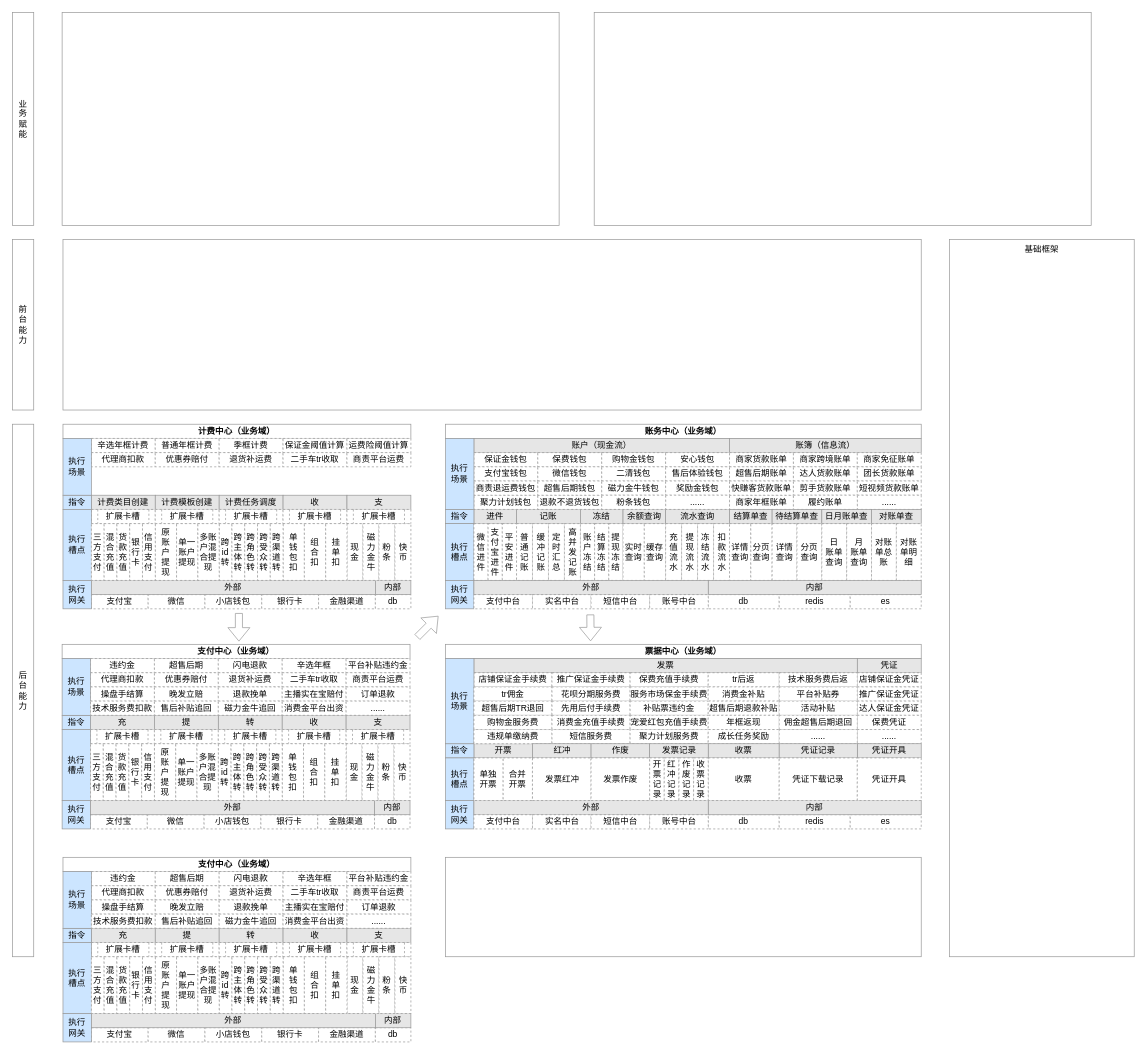
Earlier version of the draw.io diagram kuaishou/funds/资金2024大图.drawio (leopardlz/lz_document). Source tidied: cells renumbered, new cells numbered last; positions are measured from the earlier drawing's top-left corner, leaving out a move shared by most shapes. Both pictures are drawn from the tidied source at 71%, with x=0, y=0 at pixel (12, 12).
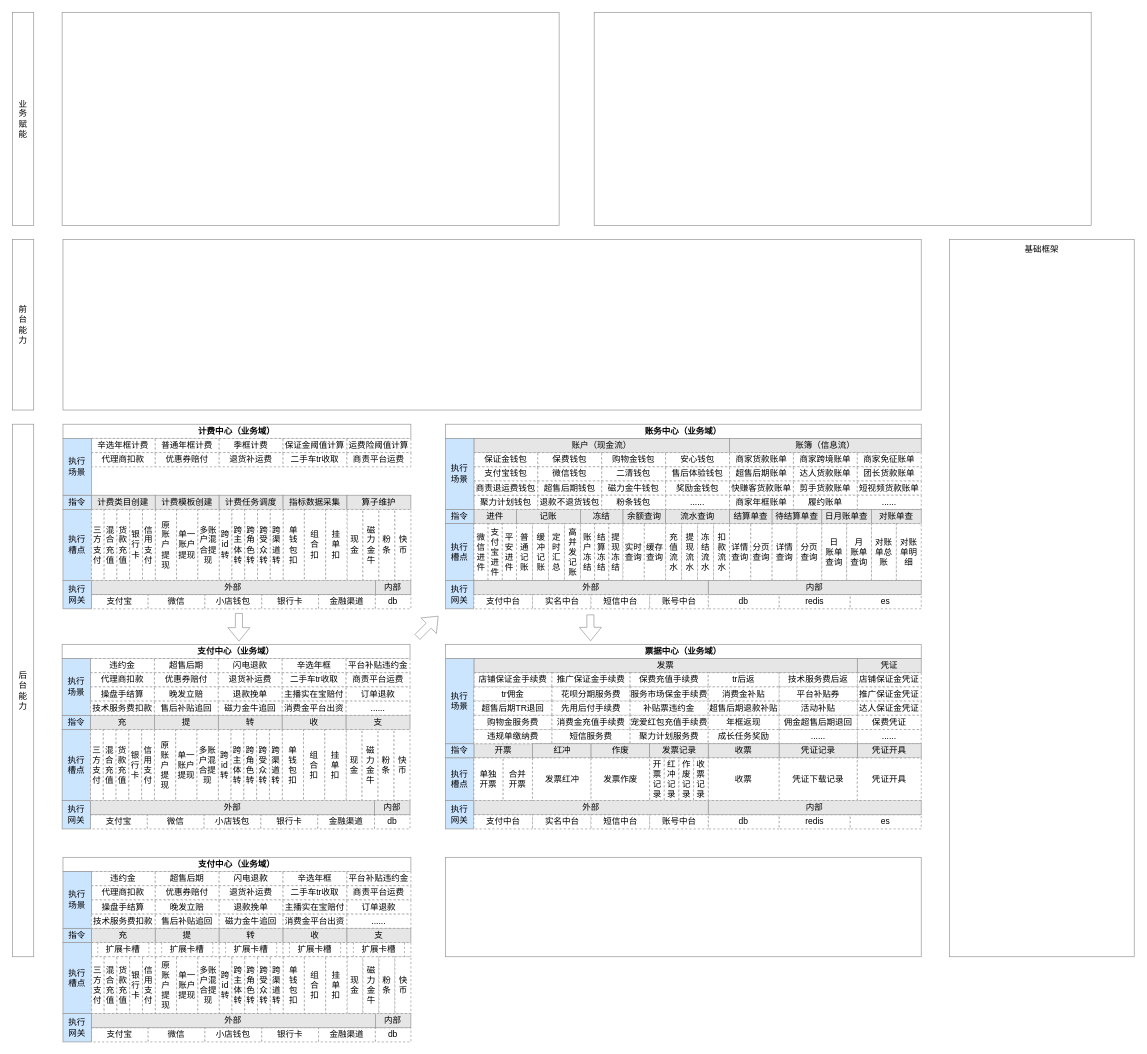
The same diagram, later.

Commit message (it also covers changes not shown here):
更新资金2024大图.drawio

What changed in the source:
```diff
@@
-    <mxCell id="5" value="收" style="rounded=0;whiteSpace=wrap;html=1;strokeColor=#999999;fillColor=#E6E6E6;" parent="1" vertex="1">
+    <mxCell id="5" value="指标数据采集" style="rounded=0;whiteSpace=wrap;html=1;strokeColor=#999999;fillColor=#E6E6E6;" parent="1" vertex="1">
       <mxGeometry x="381.2" y="680" width="90" height="20" as="geometry" />
     </mxCell>
-    <mxCell id="6" value="扩展卡槽" style="shape=process;whiteSpace=wrap;html=1;backgroundOutline=1;strokeColor=#999999;dashed=1;" parent="1" vertex="1">
-      <mxGeometry x="111.2" y="700" width="90" height="20" as="geometry" />
-    </mxCell>
@@
-    <mxCell id="13" value="支" style="rounded=0;whiteSpace=wrap;html=1;strokeColor=#999999;fillColor=#E6E6E6;" parent="1" vertex="1">
+    <mxCell id="13" value="算子维护" style="rounded=0;whiteSpace=wrap;html=1;strokeColor=#999999;fillColor=#E6E6E6;" parent="1" vertex="1">
       <mxGeometry x="471.2" y="680" width="90" height="20" as="geometry" />
     </mxCell>
-    <mxCell id="14" value="扩展卡槽" style="shape=process;whiteSpace=wrap;html=1;backgroundOutline=1;strokeColor=#999999;dashed=1;" parent="1" vertex="1">
-      <mxGeometry x="201.2" y="700" width="90" height="20" as="geometry" />
-    </mxCell>
-    <mxCell id="15" value="扩展卡槽" style="shape=process;whiteSpace=wrap;html=1;backgroundOutline=1;strokeColor=#999999;dashed=1;" parent="1" vertex="1">
-      <mxGeometry x="291.2" y="700" width="90" height="20" as="geometry" />
-    </mxCell>
-    <mxCell id="16" value="扩展卡槽" style="shape=process;whiteSpace=wrap;html=1;backgroundOutline=1;strokeColor=#999999;dashed=1;" parent="1" vertex="1">
-      <mxGeometry x="381.2" y="700" width="90" height="20" as="geometry" />
-    </mxCell>
-    <mxCell id="17" value="扩展卡槽" style="shape=process;whiteSpace=wrap;html=1;backgroundOutline=1;strokeColor=#999999;dashed=1;" parent="1" vertex="1">
-      <mxGeometry x="471.2" y="700" width="90" height="20" as="geometry" />
-    </mxCell>
@@
     <mxCell id="58" style="group;" parent="1" vertex="1">
-      <mxGeometry x="471.2" y="720" width="90" height="80" as="geometry" />
+      <mxGeometry x="471.2" y="700" width="90" height="100" as="geometry" />
     </mxCell>
     <mxCell id="59" value="现&lt;br&gt;金" style="rounded=0;whiteSpace=wrap;html=1;strokeColor=#999999;dashed=1;" parent="58" vertex="1">
-      <mxGeometry width="22.5" height="80" as="geometry" />
+      <mxGeometry width="22.5" height="100" as="geometry" />
     </mxCell>
     <mxCell id="60" value="磁力金牛" style="rounded=0;whiteSpace=wrap;html=1;strokeColor=#999999;dashed=1;" parent="58" vertex="1">
-      <mxGeometry x="22.5" width="22.5" height="80" as="geometry" />
+      <mxGeometry x="22.5" width="22.5" height="100" as="geometry" />
     </mxCell>
     <mxCell id="61" value="粉条" style="rounded=0;whiteSpace=wrap;html=1;strokeColor=#999999;dashed=1;" parent="58" vertex="1">
-      <mxGeometry x="45" width="22.5" height="80" as="geometry" />
+      <mxGeometry x="45" width="22.5" height="100" as="geometry" />
     </mxCell>
     <mxCell id="62" value="快币" style="rounded=0;whiteSpace=wrap;html=1;strokeColor=#999999;dashed=1;" parent="58" vertex="1">
-      <mxGeometry x="67.5" width="22.5" height="80" as="geometry" />
+      <mxGeometry x="67.5" width="22.5" height="100" as="geometry" />
     </mxCell>
     <mxCell id="63" style="group;" parent="1" vertex="1">
-      <mxGeometry x="381.2" y="720" width="90" height="80" as="geometry" />
+      <mxGeometry x="381.2" y="700" width="90" height="100" as="geometry" />
     </mxCell>
     <mxCell id="64" value="单&lt;br&gt;钱&lt;br&gt;包&lt;br&gt;扣" style="rounded=0;whiteSpace=wrap;html=1;strokeColor=#999999;dashed=1;" parent="63" vertex="1">
-      <mxGeometry width="30" height="80" as="geometry" />
+      <mxGeometry width="30" height="100" as="geometry" />
     </mxCell>
     <mxCell id="65" value="组&lt;br&gt;合&lt;br&gt;扣" style="rounded=0;whiteSpace=wrap;html=1;strokeColor=#999999;dashed=1;" parent="63" vertex="1">
-      <mxGeometry x="30" width="30" height="80" as="geometry" />
+      <mxGeometry x="30" width="30" height="100" as="geometry" />
     </mxCell>
     <mxCell id="66" value="挂&lt;br&gt;单&lt;br&gt;扣" style="rounded=0;whiteSpace=wrap;html=1;strokeColor=#999999;dashed=1;" parent="63" vertex="1">
-      <mxGeometry x="60" width="30" height="80" as="geometry" />
+      <mxGeometry x="60" width="30" height="100" as="geometry" />
     </mxCell>
     <mxCell id="67" style="group;" parent="1" vertex="1">
-      <mxGeometry x="291.2" y="720" width="90" height="80" as="geometry" />
+      <mxGeometry x="291.2" y="700" width="90" height="100" as="geometry" />
     </mxCell>
     <mxCell id="68" value="跨id转" style="rounded=0;whiteSpace=wrap;html=1;strokeColor=#999999;dashed=1;" parent="67" vertex="1">
-      <mxGeometry width="18" height="80" as="geometry" />
+      <mxGeometry width="18" height="100" as="geometry" />
     </mxCell>
     <mxCell id="69" value="跨主体转" style="rounded=0;whiteSpace=wrap;html=1;strokeColor=#999999;dashed=1;" parent="67" vertex="1">
-      <mxGeometry x="18" width="18" height="80" as="geometry" />
+      <mxGeometry x="18" width="18" height="100" as="geometry" />
     </mxCell>
     <mxCell id="70" value="跨角色转" style="rounded=0;whiteSpace=wrap;html=1;strokeColor=#999999;dashed=1;" parent="67" vertex="1">
-      <mxGeometry x="36" width="18" height="80" as="geometry" />
+      <mxGeometry x="36" width="18" height="100" as="geometry" />
     </mxCell>
     <mxCell id="71" value="跨受众转" style="rounded=0;whiteSpace=wrap;html=1;strokeColor=#999999;dashed=1;" parent="67" vertex="1">
-      <mxGeometry x="54" width="18" height="80" as="geometry" />
+      <mxGeometry x="54" width="18" height="100" as="geometry" />
     </mxCell>
     <mxCell id="72" value="跨渠道转" style="rounded=0;whiteSpace=wrap;html=1;strokeColor=#999999;dashed=1;" parent="67" vertex="1">
-      <mxGeometry x="72" width="18" height="80" as="geometry" />
+      <mxGeometry x="72" width="18" height="100" as="geometry" />
     </mxCell>
     <mxCell id="73" style="group;" parent="1" vertex="1">
-      <mxGeometry x="201.2" y="720" width="90" height="80" as="geometry" />
+      <mxGeometry x="201.2" y="700" width="90" height="100" as="geometry" />
     </mxCell>
     <mxCell id="74" value="原&lt;br&gt;账&lt;br&gt;户&lt;br&gt;提&lt;br&gt;现" style="rounded=0;whiteSpace=wrap;html=1;strokeColor=#999999;dashed=1;" parent="73" vertex="1">
-      <mxGeometry width="30" height="80" as="geometry" />
+      <mxGeometry width="30" height="100" as="geometry" />
     </mxCell>
     <mxCell id="75" value="单一账户提现" style="rounded=0;whiteSpace=wrap;html=1;strokeColor=#999999;dashed=1;" parent="73" vertex="1">
-      <mxGeometry x="30" width="30" height="80" as="geometry" />
+      <mxGeometry x="30" width="30" height="100" as="geometry" />
     </mxCell>
     <mxCell id="76" value="多账户混合提现" style="rounded=0;whiteSpace=wrap;html=1;strokeColor=#999999;dashed=1;" parent="73" vertex="1">
-      <mxGeometry x="60" width="30" height="80" as="geometry" />
+      <mxGeometry x="60" width="30" height="100" as="geometry" />
     </mxCell>
     <mxCell id="77" style="group;" parent="1" vertex="1">
-      <mxGeometry x="111.2" y="720" width="90" height="80" as="geometry" />
+      <mxGeometry x="111.2" y="700" width="90" height="100" as="geometry" />
     </mxCell>
     <mxCell id="78" value="三方支付" style="rounded=0;whiteSpace=wrap;html=1;strokeColor=#999999;dashed=1;" parent="77" vertex="1">
-      <mxGeometry width="18" height="80" as="geometry" />
+      <mxGeometry width="18" height="100" as="geometry" />
     </mxCell>
     <mxCell id="79" value="混合充值" style="rounded=0;whiteSpace=wrap;html=1;strokeColor=#999999;dashed=1;" parent="77" vertex="1">
-      <mxGeometry x="18" width="18" height="80" as="geometry" />
+      <mxGeometry x="18" width="18" height="100" as="geometry" />
     </mxCell>
     <mxCell id="80" value="货款充值" style="rounded=0;whiteSpace=wrap;html=1;strokeColor=#999999;dashed=1;" parent="77" vertex="1">
-      <mxGeometry x="36" width="18" height="80" as="geometry" />
+      <mxGeometry x="36" width="18" height="100" as="geometry" />
     </mxCell>
     <mxCell id="81" value="银行卡" style="rounded=0;whiteSpace=wrap;html=1;strokeColor=#999999;dashed=1;" parent="77" vertex="1">
-      <mxGeometry x="54" width="18" height="80" as="geometry" />
+      <mxGeometry x="54" width="18" height="100" as="geometry" />
     </mxCell>
     <mxCell id="82" value="信用支付" style="rounded=0;whiteSpace=wrap;html=1;strokeColor=#999999;dashed=1;" parent="77" vertex="1">
-      <mxGeometry x="72" width="18" height="80" as="geometry" />
+      <mxGeometry x="72" width="18" height="100" as="geometry" />
     </mxCell>
@@
-    <mxCell id="206" value="扩展卡槽" style="shape=process;whiteSpace=wrap;html=1;backgroundOutline=1;strokeColor=#999999;dashed=1;" parent="1" vertex="1">
-      <mxGeometry x="110" y="1010" width="90" height="20" as="geometry" />
-    </mxCell>
@@
-    <mxCell id="214" value="扩展卡槽" style="shape=process;whiteSpace=wrap;html=1;backgroundOutline=1;strokeColor=#999999;dashed=1;" parent="1" vertex="1">
-      <mxGeometry x="200" y="1010" width="90" height="20" as="geometry" />
-    </mxCell>
-    <mxCell id="215" value="扩展卡槽" style="shape=process;whiteSpace=wrap;html=1;backgroundOutline=1;strokeColor=#999999;dashed=1;" parent="1" vertex="1">
-      <mxGeometry x="290" y="1010" width="90" height="20" as="geometry" />
-    </mxCell>
-    <mxCell id="216" value="扩展卡槽" style="shape=process;whiteSpace=wrap;html=1;backgroundOutline=1;strokeColor=#999999;dashed=1;" parent="1" vertex="1">
-      <mxGeometry x="380" y="1010" width="90" height="20" as="geometry" />
-    </mxCell>
-    <mxCell id="217" value="扩展卡槽" style="shape=process;whiteSpace=wrap;html=1;backgroundOutline=1;strokeColor=#999999;dashed=1;" parent="1" vertex="1">
-      <mxGeometry x="470" y="1010" width="90" height="20" as="geometry" />
-    </mxCell>
@@
     <mxCell id="224" style="group;" parent="1" vertex="1">
-      <mxGeometry x="470" y="1030" width="90" height="80" as="geometry" />
+      <mxGeometry x="470" y="1010" width="90" height="100" as="geometry" />
     </mxCell>
     <mxCell id="225" value="现&lt;br&gt;金" style="rounded=0;whiteSpace=wrap;html=1;strokeColor=#999999;dashed=1;" parent="224" vertex="1">
-      <mxGeometry width="22.5" height="80" as="geometry" />
+      <mxGeometry width="22.5" height="100" as="geometry" />
     </mxCell>
     <mxCell id="226" value="磁力金牛" style="rounded=0;whiteSpace=wrap;html=1;strokeColor=#999999;dashed=1;" parent="224" vertex="1">
-      <mxGeometry x="22.5" width="22.5" height="80" as="geometry" />
+      <mxGeometry x="22.5" width="22.5" height="100" as="geometry" />
     </mxCell>
     <mxCell id="227" value="粉条" style="rounded=0;whiteSpace=wrap;html=1;strokeColor=#999999;dashed=1;" parent="224" vertex="1">
-      <mxGeometry x="45" width="22.5" height="80" as="geometry" />
+      <mxGeometry x="45" width="22.5" height="100" as="geometry" />
     </mxCell>
     <mxCell id="228" value="快币" style="rounded=0;whiteSpace=wrap;html=1;strokeColor=#999999;dashed=1;" parent="224" vertex="1">
-      <mxGeometry x="67.5" width="22.5" height="80" as="geometry" />
+      <mxGeometry x="67.5" width="22.5" height="100" as="geometry" />
     </mxCell>
     <mxCell id="229" style="group;" parent="1" vertex="1">
-      <mxGeometry x="380" y="1030" width="90" height="80" as="geometry" />
+      <mxGeometry x="380" y="1010" width="90" height="100" as="geometry" />
     </mxCell>
     <mxCell id="230" value="单&lt;br&gt;钱&lt;br&gt;包&lt;br&gt;扣" style="rounded=0;whiteSpace=wrap;html=1;strokeColor=#999999;dashed=1;" parent="229" vertex="1">
-      <mxGeometry width="30" height="80" as="geometry" />
+      <mxGeometry width="30" height="100" as="geometry" />
     </mxCell>
     <mxCell id="231" value="组&lt;br&gt;合&lt;br&gt;扣" style="rounded=0;whiteSpace=wrap;html=1;strokeColor=#999999;dashed=1;" parent="229" vertex="1">
-      <mxGeometry x="30" width="30" height="80" as="geometry" />
+      <mxGeometry x="30" width="30" height="100" as="geometry" />
     </mxCell>
     <mxCell id="232" value="挂&lt;br&gt;单&lt;br&gt;扣" style="rounded=0;whiteSpace=wrap;html=1;strokeColor=#999999;dashed=1;" parent="229" vertex="1">
-      <mxGeometry x="60" width="30" height="80" as="geometry" />
+      <mxGeometry x="60" width="30" height="100" as="geometry" />
     </mxCell>
     <mxCell id="233" style="group;" parent="1" vertex="1">
-      <mxGeometry x="290" y="1030" width="90" height="80" as="geometry" />
+      <mxGeometry x="290" y="1010" width="90" height="100" as="geometry" />
     </mxCell>
     <mxCell id="234" value="跨id转" style="rounded=0;whiteSpace=wrap;html=1;strokeColor=#999999;dashed=1;" parent="233" vertex="1">
-      <mxGeometry width="18" height="80" as="geometry" />
+      <mxGeometry width="18" height="100" as="geometry" />
     </mxCell>
     <mxCell id="235" value="跨主体转" style="rounded=0;whiteSpace=wrap;html=1;strokeColor=#999999;dashed=1;" parent="233" vertex="1">
-      <mxGeometry x="18" width="18" height="80" as="geometry" />
+      <mxGeometry x="18" width="18" height="100" as="geometry" />
     </mxCell>
     <mxCell id="236" value="跨角色转" style="rounded=0;whiteSpace=wrap;html=1;strokeColor=#999999;dashed=1;" parent="233" vertex="1">
-      <mxGeometry x="36" width="18" height="80" as="geometry" />
+      <mxGeometry x="36" width="18" height="100" as="geometry" />
     </mxCell>
     <mxCell id="237" value="跨受众转" style="rounded=0;whiteSpace=wrap;html=1;strokeColor=#999999;dashed=1;" parent="233" vertex="1">
-      <mxGeometry x="54" width="18" height="80" as="geometry" />
+      <mxGeometry x="54" width="18" height="100" as="geometry" />
     </mxCell>
     <mxCell id="238" value="跨渠道转" style="rounded=0;whiteSpace=wrap;html=1;strokeColor=#999999;dashed=1;" parent="233" vertex="1">
-      <mxGeometry x="72" width="18" height="80" as="geometry" />
+      <mxGeometry x="72" width="18" height="100" as="geometry" />
     </mxCell>
     <mxCell id="239" style="group;" parent="1" vertex="1">
-      <mxGeometry x="200" y="1030" width="90" height="80" as="geometry" />
+      <mxGeometry x="200" y="1010" width="90" height="100" as="geometry" />
     </mxCell>
     <mxCell id="240" value="原&lt;br&gt;账&lt;br&gt;户&lt;br&gt;提&lt;br&gt;现" style="rounded=0;whiteSpace=wrap;html=1;strokeColor=#999999;dashed=1;" parent="239" vertex="1">
-      <mxGeometry width="30" height="80" as="geometry" />
+      <mxGeometry width="30" height="100" as="geometry" />
     </mxCell>
     <mxCell id="241" value="单一账户提现" style="rounded=0;whiteSpace=wrap;html=1;strokeColor=#999999;dashed=1;" parent="239" vertex="1">
-      <mxGeometry x="30" width="30" height="80" as="geometry" />
+      <mxGeometry x="30" width="30" height="100" as="geometry" />
     </mxCell>
     <mxCell id="242" value="多账户混合提现" style="rounded=0;whiteSpace=wrap;html=1;strokeColor=#999999;dashed=1;" parent="239" vertex="1">
-      <mxGeometry x="60" width="30" height="80" as="geometry" />
+      <mxGeometry x="60" width="30" height="100" as="geometry" />
     </mxCell>
     <mxCell id="243" style="group;" parent="1" vertex="1">
-      <mxGeometry x="110" y="1030" width="90" height="80" as="geometry" />
+      <mxGeometry x="110" y="1010" width="90" height="100" as="geometry" />
     </mxCell>
     <mxCell id="244" value="三方支付" style="rounded=0;whiteSpace=wrap;html=1;strokeColor=#999999;dashed=1;" parent="243" vertex="1">
-      <mxGeometry width="18" height="80" as="geometry" />
+      <mxGeometry width="18" height="100" as="geometry" />
     </mxCell>
     <mxCell id="245" value="混合充值" style="rounded=0;whiteSpace=wrap;html=1;strokeColor=#999999;dashed=1;" parent="243" vertex="1">
-      <mxGeometry x="18" width="18" height="80" as="geometry" />
+      <mxGeometry x="18" width="18" height="100" as="geometry" />
     </mxCell>
     <mxCell id="246" value="货款充值" style="rounded=0;whiteSpace=wrap;html=1;strokeColor=#999999;dashed=1;" parent="243" vertex="1">
-      <mxGeometry x="36" width="18" height="80" as="geometry" />
+      <mxGeometry x="36" width="18" height="100" as="geometry" />
     </mxCell>
     <mxCell id="247" value="银行卡" style="rounded=0;whiteSpace=wrap;html=1;strokeColor=#999999;dashed=1;" parent="243" vertex="1">
-      <mxGeometry x="54" width="18" height="80" as="geometry" />
+      <mxGeometry x="54" width="18" height="100" as="geometry" />
     </mxCell>
     <mxCell id="248" value="信用支付" style="rounded=0;whiteSpace=wrap;html=1;strokeColor=#999999;dashed=1;" parent="243" vertex="1">
-      <mxGeometry x="72" width="18" height="80" as="geometry" />
+      <mxGeometry x="72" width="18" height="100" as="geometry" />
     </mxCell>
```
